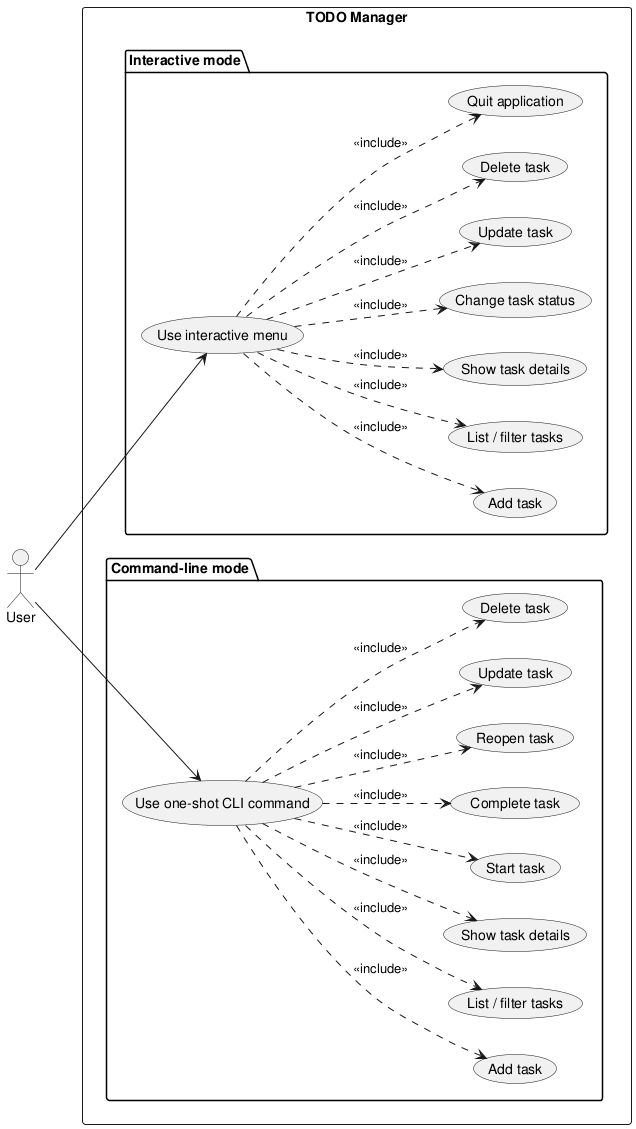
DanielRiha8906/Software_autoevolution_using_agents keeps this PlantUML diagram as experiments/supervisor_as_tools/structured_text/TODO/artifacts/use_case_diagram.png. Above is the earlier version. Its diagram source:
```plantuml
@startuml use_case_diagram

left to right direction

actor User

rectangle "TODO Manager" {

  package "Interactive mode" {
    usecase "Use interactive menu" as UI
    usecase "Add task" as I_ADD
    usecase "List / filter tasks" as I_LIST
    usecase "Show task details" as I_SHOW
    usecase "Change task status" as I_STATUS
    usecase "Update task" as I_UPDATE
    usecase "Delete task" as I_DELETE
    usecase "Quit application" as I_QUIT
  }

  package "Command-line mode" {
    usecase "Use one-shot CLI command" as CLI
    usecase "Add task" as C_ADD
    usecase "List / filter tasks" as C_LIST
    usecase "Show task details" as C_SHOW
    usecase "Start task" as C_START
    usecase "Complete task" as C_DONE
    usecase "Reopen task" as C_REOPEN
    usecase "Update task" as C_UPDATE
    usecase "Delete task" as C_DELETE
  }
}

User --> UI
User --> CLI

UI ..> I_ADD    : <<include>>
UI ..> I_LIST   : <<include>>
UI ..> I_SHOW   : <<include>>
UI ..> I_STATUS : <<include>>
UI ..> I_UPDATE : <<include>>
UI ..> I_DELETE : <<include>>
UI ..> I_QUIT   : <<include>>

CLI ..> C_ADD    : <<include>>
CLI ..> C_LIST   : <<include>>
CLI ..> C_SHOW   : <<include>>
CLI ..> C_START  : <<include>>
CLI ..> C_DONE   : <<include>>
CLI ..> C_REOPEN : <<include>>
CLI ..> C_UPDATE : <<include>>
CLI ..> C_DELETE : <<include>>

@enduml
```
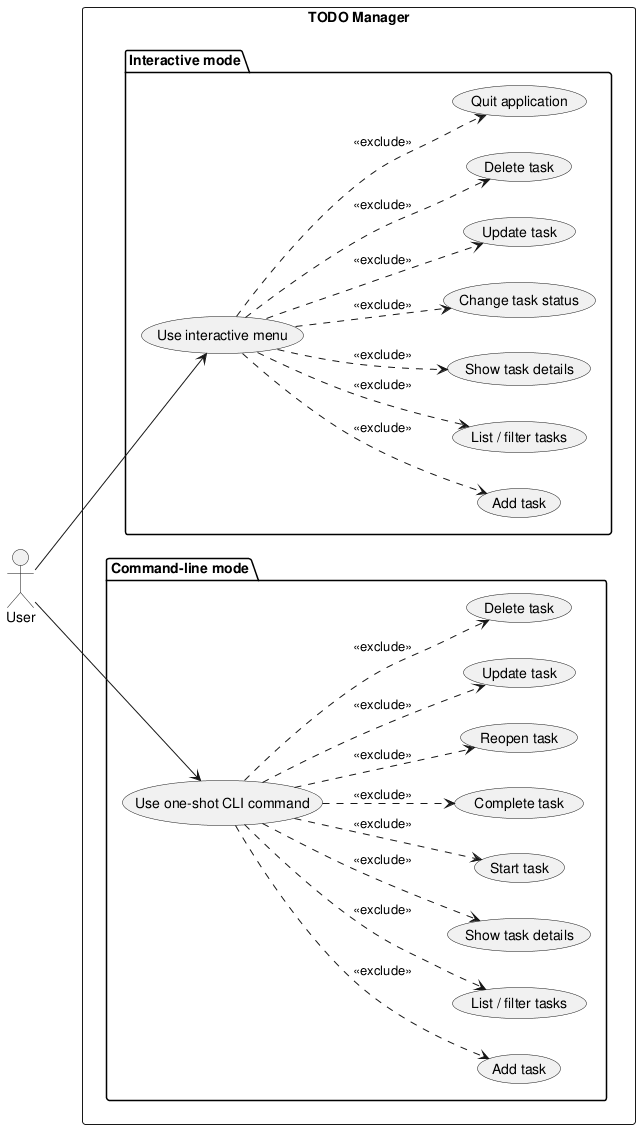
After the change.

Change to the diagram source:
```diff
@@ -33,21 +33,21 @@
 User --> UI
 User --> CLI
 
-UI ..> I_ADD    : <<include>>
-UI ..> I_LIST   : <<include>>
-UI ..> I_SHOW   : <<include>>
-UI ..> I_STATUS : <<include>>
-UI ..> I_UPDATE : <<include>>
-UI ..> I_DELETE : <<include>>
-UI ..> I_QUIT   : <<include>>
+UI ..> I_ADD    : <<exclude>>
+UI ..> I_LIST   : <<exclude>>
+UI ..> I_SHOW   : <<exclude>>
+UI ..> I_STATUS : <<exclude>>
+UI ..> I_UPDATE : <<exclude>>
+UI ..> I_DELETE : <<exclude>>
+UI ..> I_QUIT   : <<exclude>>
 
-CLI ..> C_ADD    : <<include>>
-CLI ..> C_LIST   : <<include>>
-CLI ..> C_SHOW   : <<include>>
-CLI ..> C_START  : <<include>>
-CLI ..> C_DONE   : <<include>>
-CLI ..> C_REOPEN : <<include>>
-CLI ..> C_UPDATE : <<include>>
-CLI ..> C_DELETE : <<include>>
+CLI ..> C_ADD    : <<exclude>>
+CLI ..> C_LIST   : <<exclude>>
+CLI ..> C_SHOW   : <<exclude>>
+CLI ..> C_START  : <<exclude>>
+CLI ..> C_DONE   : <<exclude>>
+CLI ..> C_REOPEN : <<exclude>>
+CLI ..> C_UPDATE : <<exclude>>
+CLI ..> C_DELETE : <<exclude>>
 
 @enduml
```
